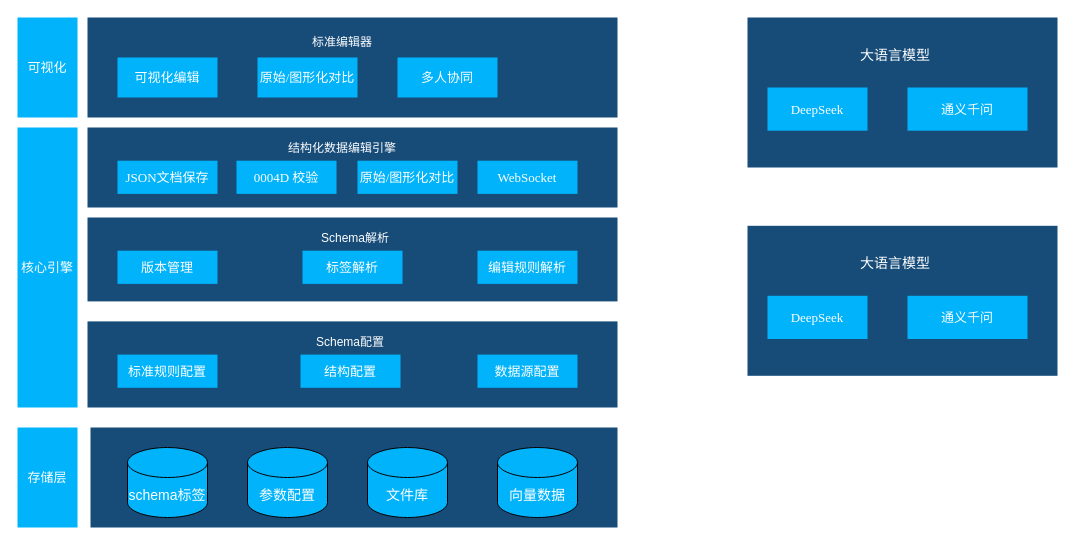
Before: 标准化/编辑器技术架构图.drawio in DemonHan/KuickBuy, a draw.io diagram. Source tidied: cells renumbered, new cells numbered last; positions are measured from the earlier drawing's top-left corner, leaving out a move shared by most shapes. Both pictures are drawn from the tidied source at 100%, with x=0, y=0 at pixel (17, 17).
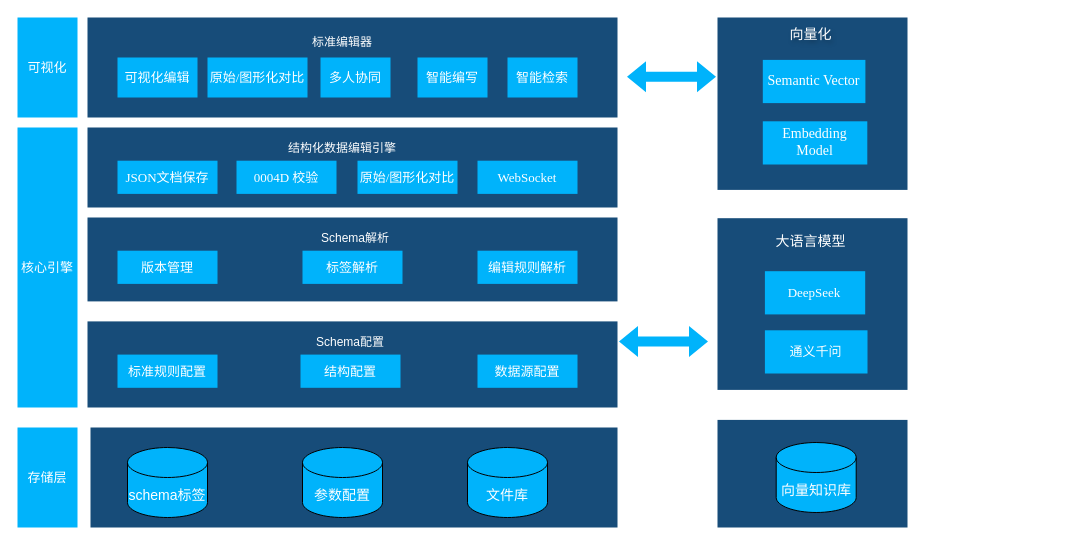
After the change.

Commit message:
更新编辑器技术架构图.drawio

Diff of the diagram source:
```diff
@@
     <mxCell id="4" value="&lt;font color=&quot;#ffffff&quot;&gt;&lt;span style=&quot;font-size: 13px;&quot;&gt;可视化编辑&lt;/span&gt;&lt;/font&gt;" style="rounded=0;whiteSpace=wrap;html=1;fillColor=light-dark(#00b3fb, #1e4a76);strokeColor=none;fontFamily=Times New Roman;" parent="1" vertex="1">
-      <mxGeometry x="100" y="40" width="100" height="40" as="geometry" />
+      <mxGeometry x="100" y="40" width="80" height="40" as="geometry" />
     </mxCell>
@@
     <mxCell id="6" value="&lt;font color=&quot;#ffffff&quot;&gt;&lt;span style=&quot;font-size: 13px;&quot;&gt;原始/图形化对比&lt;/span&gt;&lt;/font&gt;" style="rounded=0;whiteSpace=wrap;html=1;fillColor=light-dark(#00b3fb, #1e4a76);strokeColor=none;fontFamily=Times New Roman;" parent="1" vertex="1">
-      <mxGeometry x="240" y="40" width="100" height="40" as="geometry" />
+      <mxGeometry x="190" y="40" width="100" height="40" as="geometry" />
     </mxCell>
     <mxCell id="7" value="&lt;font color=&quot;#ffffff&quot;&gt;&lt;span style=&quot;font-size: 13px;&quot;&gt;多人协同&lt;/span&gt;&lt;/font&gt;" style="rounded=0;whiteSpace=wrap;html=1;fillColor=light-dark(#00b3fb, #1e4a76);strokeColor=none;fontFamily=Times New Roman;" parent="1" vertex="1">
-      <mxGeometry x="380" y="40" width="100" height="40" as="geometry" />
+      <mxGeometry x="303" y="40" width="70" height="40" as="geometry" />
     </mxCell>
@@
     <mxCell id="28" value="参数配置" style="shape=cylinder3;whiteSpace=wrap;html=1;boundedLbl=1;backgroundOutline=1;size=15;fillColor=light-dark(#00b3fb, #ededed);fontColor=light-dark(#ffffff, #ededed);fontSize=14;" parent="1" vertex="1">
-      <mxGeometry x="230" y="430" width="80" height="70" as="geometry" />
+      <mxGeometry x="285" y="430" width="80" height="70" as="geometry" />
     </mxCell>
     <mxCell id="29" value="文件库" style="shape=cylinder3;whiteSpace=wrap;html=1;boundedLbl=1;backgroundOutline=1;size=15;fillColor=light-dark(#00b3fb, #ededed);fontColor=light-dark(#ffffff, #ededed);fontSize=14;" parent="1" vertex="1">
-      <mxGeometry x="350" y="430" width="80" height="70" as="geometry" />
+      <mxGeometry x="450" y="430" width="80" height="70" as="geometry" />
     </mxCell>
+    <mxCell id="39" value="&lt;font color=&quot;#ffffff&quot;&gt;&lt;span style=&quot;font-size: 13px;&quot;&gt;智能编写&lt;/span&gt;&lt;/font&gt;" style="rounded=0;whiteSpace=wrap;html=1;fillColor=light-dark(#00b3fb, #1e4a76);strokeColor=none;fontFamily=Times New Roman;" parent="1" vertex="1">
+      <mxGeometry x="400" y="40" width="70" height="40" as="geometry" />
+    </mxCell>
+    <mxCell id="40" value="&lt;font color=&quot;#ffffff&quot;&gt;&lt;span style=&quot;font-size: 13px;&quot;&gt;智能检索&lt;/span&gt;&lt;/font&gt;" style="rounded=0;whiteSpace=wrap;html=1;fillColor=light-dark(#00b3fb, #1e4a76);strokeColor=none;fontFamily=Times New Roman;" parent="1" vertex="1">
+      <mxGeometry x="490" y="40" width="70" height="40" as="geometry" />
+    </mxCell>
     <mxCell id="30" style="rounded=0;whiteSpace=wrap;html=1;fillColor=light-dark(#174c79, #6894c8);strokeColor=none;fontFamily=Times New Roman;" parent="1" vertex="1">
-      <mxGeometry x="730" y="208.3" width="310" height="150" as="geometry" />
+      <mxGeometry x="700" width="190" height="172.4" as="geometry" />
     </mxCell>
-    <mxCell id="31" value="向量数据" style="shape=cylinder3;whiteSpace=wrap;html=1;boundedLbl=1;backgroundOutline=1;size=15;fillColor=light-dark(#00b3fb, #ededed);fontColor=light-dark(#ffffff, #ededed);fontSize=14;" parent="1" vertex="1">
-      <mxGeometry x="480" y="430" width="80" height="70" as="geometry" />
-    </mxCell>
-    <mxCell id="32" value="&lt;font color=&quot;#ffffff&quot;&gt;&lt;span style=&quot;font-size: 13px;&quot;&gt;DeepSeek&lt;/span&gt;&lt;/font&gt;" style="rounded=0;whiteSpace=wrap;html=1;fillColor=light-dark(#00b3fb, #1e4a76);strokeColor=none;fontFamily=Times New Roman;" parent="1" vertex="1">
-      <mxGeometry x="750" y="278.3" width="100" height="43.2" as="geometry" />
-    </mxCell>
-    <mxCell id="33" value="大语言模型" style="text;html=1;align=center;verticalAlign=middle;whiteSpace=wrap;rounded=0;fontColor=light-dark(#ffffff, #ededed);fontSize=14;" parent="1" vertex="1">
-      <mxGeometry x="820" y="233.4" width="116" height="24.9" as="geometry" />
-    </mxCell>
-    <mxCell id="34" value="&lt;font color=&quot;#ffffff&quot;&gt;&lt;span style=&quot;font-size: 13px;&quot;&gt;通义千问&lt;/span&gt;&lt;/font&gt;" style="rounded=0;whiteSpace=wrap;html=1;fillColor=light-dark(#00b3fb, #1e4a76);strokeColor=none;fontFamily=Times New Roman;" parent="1" vertex="1">
-      <mxGeometry x="890" y="278.3" width="120" height="43.2" as="geometry" />
-    </mxCell>
     <mxCell id="35" style="rounded=0;whiteSpace=wrap;html=1;fillColor=light-dark(#174c79, #6894c8);strokeColor=none;fontFamily=Times New Roman;" parent="1" vertex="1">
-      <mxGeometry x="730" width="310" height="150" as="geometry" />
+      <mxGeometry x="700" y="200.7" width="190" height="171.7" as="geometry" />
     </mxCell>
     <mxCell id="36" value="&lt;font color=&quot;#ffffff&quot;&gt;&lt;span style=&quot;font-size: 13px;&quot;&gt;DeepSeek&lt;/span&gt;&lt;/font&gt;" style="rounded=0;whiteSpace=wrap;html=1;fillColor=light-dark(#00b3fb, #1e4a76);strokeColor=none;fontFamily=Times New Roman;" parent="1" vertex="1">
-      <mxGeometry x="750" y="70" width="100" height="43.2" as="geometry" />
+      <mxGeometry x="747.4" y="253.7" width="100.3" height="43.2" as="geometry" />
     </mxCell>
     <mxCell id="37" value="大语言模型" style="text;html=1;align=center;verticalAlign=middle;whiteSpace=wrap;rounded=0;fontColor=light-dark(#ffffff, #ededed);fontSize=14;" parent="1" vertex="1">
-      <mxGeometry x="820" y="25.1" width="116" height="24.9" as="geometry" />
+      <mxGeometry x="743.2" y="211.7" width="101" height="24.9" as="geometry" />
     </mxCell>
     <mxCell id="38" value="&lt;font color=&quot;#ffffff&quot;&gt;&lt;span style=&quot;font-size: 13px;&quot;&gt;通义千问&lt;/span&gt;&lt;/font&gt;" style="rounded=0;whiteSpace=wrap;html=1;fillColor=light-dark(#00b3fb, #1e4a76);strokeColor=none;fontFamily=Times New Roman;" parent="1" vertex="1">
-      <mxGeometry x="890" y="70" width="120" height="43.2" as="geometry" />
+      <mxGeometry x="747.4" y="312.8" width="102.6" height="43.2" as="geometry" />
     </mxCell>
+    <mxCell id="41" value="向量化" style="text;html=1;align=center;verticalAlign=middle;whiteSpace=wrap;rounded=0;fontColor=light-dark(#ffffff, #ededed);fontSize=14;textShadow=1;" parent="1" vertex="1">
+      <mxGeometry x="743.2" y="4.9" width="101" height="24.9" as="geometry" />
+    </mxCell>
+    <mxCell id="42" value="&lt;font color=&quot;#ffffff&quot;&gt;&lt;span&gt;Semantic Vector&lt;/span&gt;&lt;/font&gt;" style="rounded=0;whiteSpace=wrap;html=1;fillColor=light-dark(#00b3fb, #1e4a76);strokeColor=none;fontFamily=Times New Roman;fontSize=14;" parent="1" vertex="1">
+      <mxGeometry x="745.3" y="42.4" width="102.6" height="43.2" as="geometry" />
+    </mxCell>
+    <mxCell id="43" value="&lt;font color=&quot;#ffffff&quot;&gt;&lt;span&gt;Embedding Model&lt;/span&gt;&lt;/font&gt;" style="rounded=0;whiteSpace=wrap;html=1;fillColor=light-dark(#00b3fb, #1e4a76);strokeColor=none;fontFamily=Times New Roman;fontSize=14;" parent="1" vertex="1">
+      <mxGeometry x="745.3" y="103.8" width="104.5" height="43.2" as="geometry" />
+    </mxCell>
+    <mxCell id="44" style="rounded=0;whiteSpace=wrap;html=1;fillColor=light-dark(#174c79, #6894c8);strokeColor=none;fontFamily=Times New Roman;" parent="1" vertex="1">
+      <mxGeometry x="700" y="402.4" width="190" height="107.6" as="geometry" />
+    </mxCell>
+    <mxCell id="45" value="向量知识库" style="shape=cylinder3;whiteSpace=wrap;html=1;boundedLbl=1;backgroundOutline=1;size=15;fillColor=light-dark(#00b3fb, #ededed);fontColor=light-dark(#ffffff, #ededed);fontSize=14;" parent="1" vertex="1">
+      <mxGeometry x="758.7" y="425" width="80" height="70" as="geometry" />
+    </mxCell>
+    <mxCell id="46" style="shape=flexArrow;endArrow=classic;startArrow=classic;html=1;rounded=0;fontColor=light-dark(#00b3fb, #ededed);labelBackgroundColor=light-dark(#00b3fb, #ededed);fillColor=light-dark(#00b3fb, #ededed);strokeColor=none;" parent="1" edge="1">
+      <mxGeometry relative="1" as="geometry">
+        <mxPoint x="601" y="323.9" as="sourcePoint" />
+        <mxPoint x="691" y="323.9" as="targetPoint" />
+      </mxGeometry>
+    </mxCell>
+    <mxCell id="47" style="shape=flexArrow;endArrow=classic;startArrow=classic;html=1;rounded=0;fontColor=light-dark(#00b3fb, #ededed);labelBackgroundColor=light-dark(#00b3fb, #ededed);fillColor=light-dark(#00b3fb, #ededed);strokeColor=none;" parent="1" edge="1">
+      <mxGeometry relative="1" as="geometry">
+        <mxPoint x="609" y="59.3" as="sourcePoint" />
+        <mxPoint x="699" y="59.3" as="targetPoint" />
+      </mxGeometry>
+    </mxCell>
```
